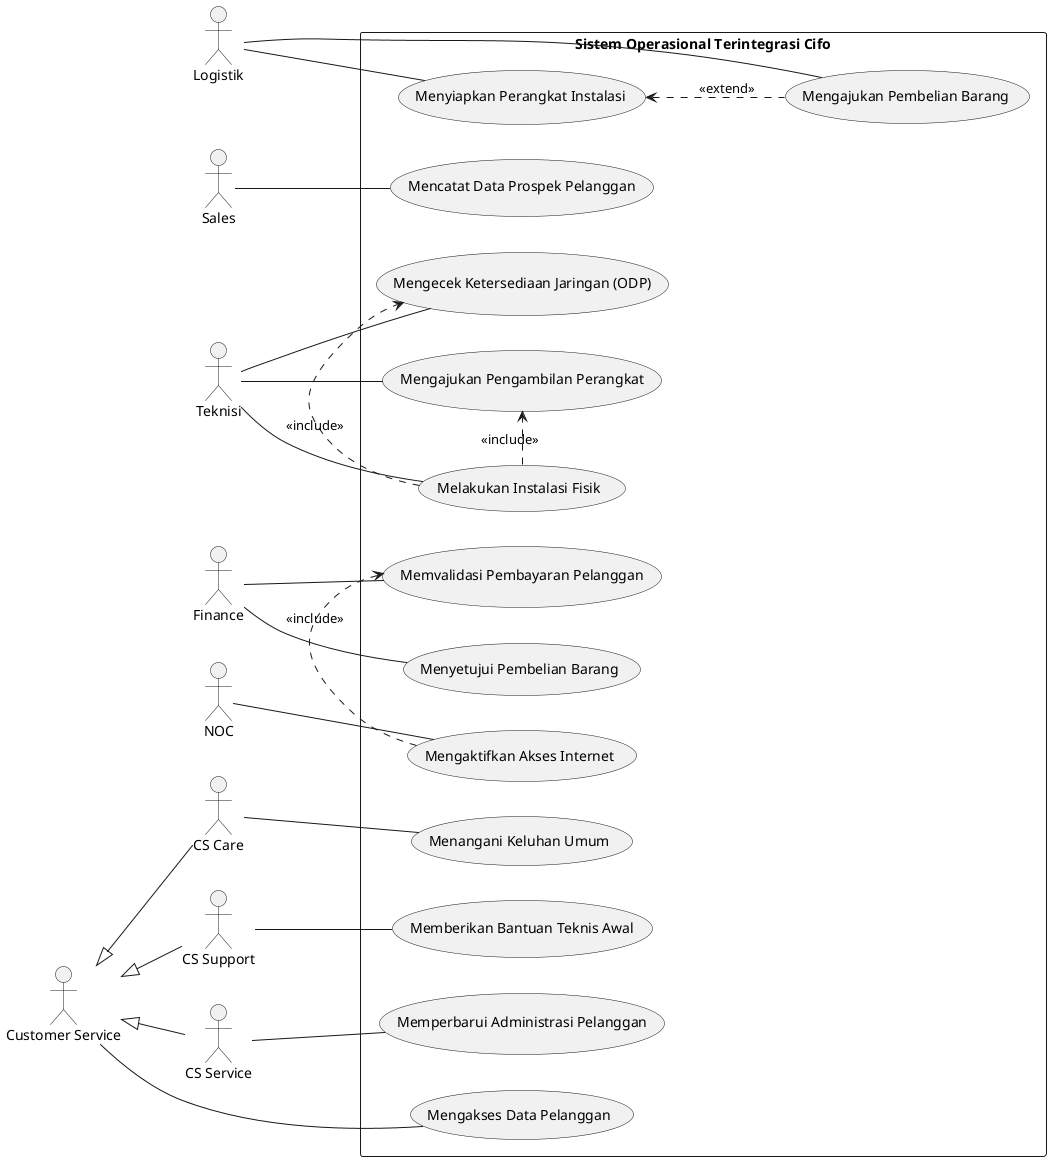
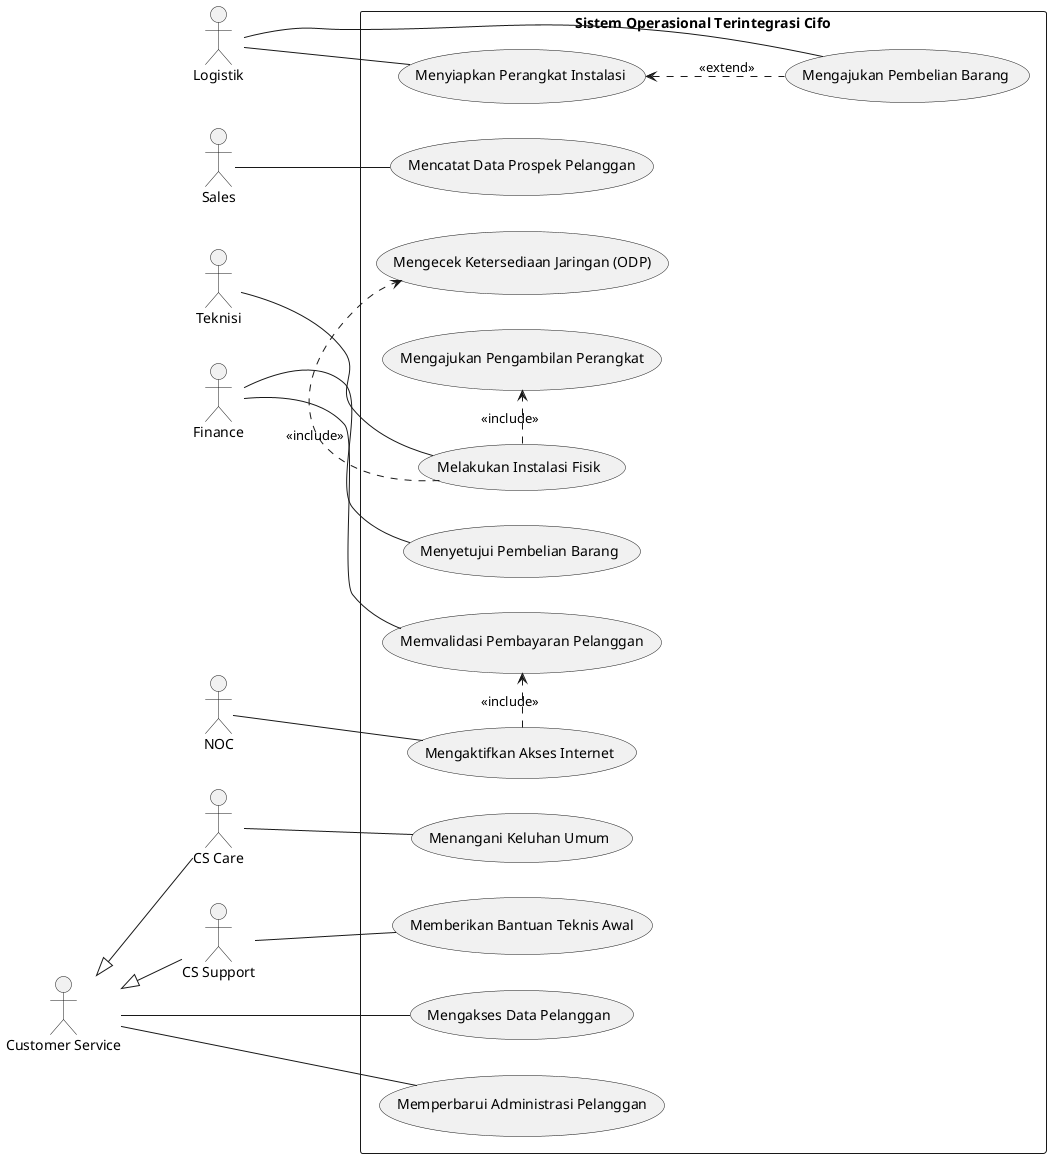
@startuml
left to right direction
skinparam packageStyle rectangle

actor Sales
actor Teknisi
actor Logistik
actor Finance
actor NOC

+ ' Sesuai Wawancara: Hanya ada 3 entitas CS
actor "Customer Service" as CS
actor "CS Care" as CSCare
actor "CS Support" as CSSupport
- actor "CS Service" as CSService

CS <|-- CSCare
CS <|-- CSSupport
- CS <|-- CSService

rectangle "Sistem Operasional Terintegrasi Cifo" {
- 

    usecase "Mencatat Data Prospek Pelanggan" as UC_Visit

    usecase "Mengecek Ketersediaan Jaringan (ODP)" as UC_CekJaringan
    usecase "Mengajukan Pengambilan Perangkat" as UC_MintaBarang
    usecase "Menyiapkan Perangkat Instalasi" as UC_SiapBarang
    usecase "Melakukan Instalasi Fisik" as UC_Instalasi
    usecase "Mengajukan Pembelian Barang" as UC_BeliBarang

    UC_Instalasi .> UC_CekJaringan : <<include>>
    UC_Instalasi .> UC_MintaBarang : <<include>>
    UC_BeliBarang .up.> UC_SiapBarang : <<extend>>

    usecase "Memvalidasi Pembayaran Pelanggan" as UC_Validasi
    usecase "Menyetujui Pembelian Barang" as UC_ApprovalFinance

    usecase "Mengaktifkan Akses Internet" as UC_Aktivasi
    UC_Aktivasi .> UC_Validasi : <<include>>

    usecase "Mengakses Data Pelanggan" as UC_AksesData
    usecase "Menangani Keluhan Umum" as UC_Komplain
    usecase "Memberikan Bantuan Teknis Awal" as UC_Bantuan
    usecase "Memperbarui Administrasi Pelanggan" as UC_Admin
}

Sales -- UC_Visit
Teknisi -- UC_Instalasi
- Teknisi -- UC_MintaBarang
- Teknisi -- UC_CekJaringan
+ 
Logistik -- UC_SiapBarang
Logistik -- UC_BeliBarang
Finance -- UC_Validasi
Finance -- UC_ApprovalFinance
NOC -- UC_Aktivasi
+ 
+ ' --- REVISI JALUR HUBUNGAN CS ---
CS -- UC_AksesData
+ CS -- UC_Admin
CSCare -- UC_Komplain
CSSupport -- UC_Bantuan
- CSService -- UC_Admin

@enduml